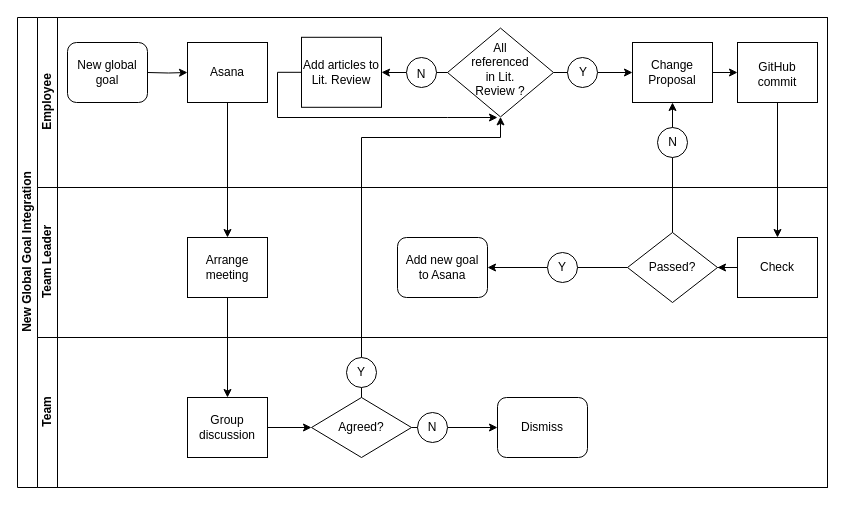
RQC-Robotics/Docs keeps this draw.io diagram as Global Goal Proposition.drawio.xml. Above is the earlier version. Source tidied: cells renumbered, new cells numbered last; positions are measured from the earlier drawing's top-left corner, leaving out a move shared by most shapes. Both pictures are drawn from the tidied source at 100%, with x=0, y=0 at pixel (17, 17).
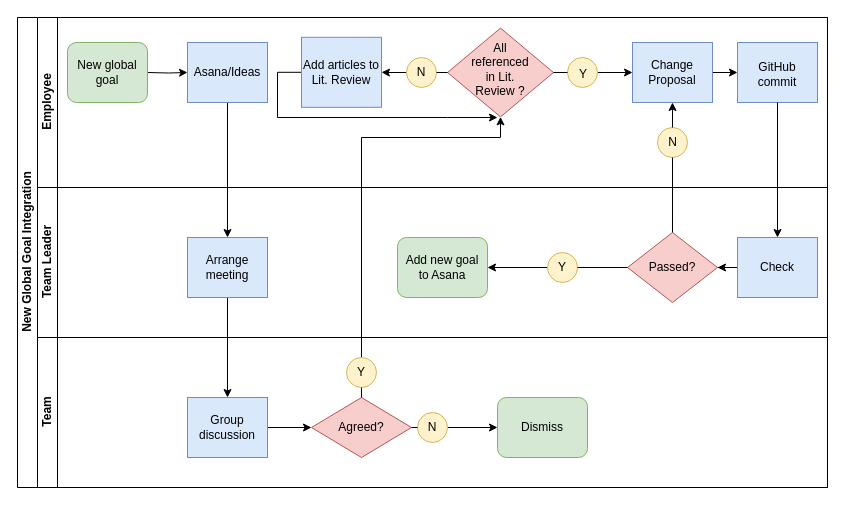
After the change.

Unchanged cells that the change refers to:
```xml
<mxCell id="6" value="Employee" style="swimlane;html=1;startSize=20;horizontal=0;direction=east;" parent="2" vertex="1">
  <mxGeometry x="20" width="790" height="170" as="geometry" />
</mxCell>
<mxCell id="33" value="Team Leader" style="swimlane;html=1;startSize=20;horizontal=0;" parent="2" vertex="1">
  <mxGeometry x="20" y="170" width="790" height="150" as="geometry" />
</mxCell>
<mxCell id="48" value="Team" style="swimlane;html=1;startSize=20;horizontal=0;" parent="2" vertex="1">
  <mxGeometry x="20" y="320" width="790" height="150" as="geometry" />
</mxCell>
```

Change to the diagram source:
```diff
@@
-    <mxCell id="8" style="rounded=0;whiteSpace=wrap;html=1;fontFamily=Helvetica;fontSize=12;fontColor=#000000;align=center;" parent="6" vertex="1">
+    <mxCell id="8" style="rounded=0;whiteSpace=wrap;html=1;fontFamily=Helvetica;fontSize=12;align=center;fillColor=#dae8fc;strokeColor=#6c8ebf;" parent="6" vertex="1">
       <mxGeometry x="150" y="25" width="80" height="60" as="geometry" />
     </mxCell>
-    <mxCell id="9" style="rhombus;whiteSpace=wrap;html=1;fontFamily=Helvetica;fontSize=12;fontColor=#000000;align=center;" parent="6" vertex="1">
+    <mxCell id="9" style="rhombus;whiteSpace=wrap;html=1;fontFamily=Helvetica;fontSize=12;align=center;fillColor=#f8cecc;strokeColor=#b85450;" parent="6" vertex="1">
       <mxGeometry x="410" y="10.6" width="106" height="88.8" as="geometry" />
     </mxCell>
@@
-    <mxCell id="11" style="rounded=0;whiteSpace=wrap;html=1;fontFamily=Helvetica;fontSize=12;fontColor=#000000;align=center;" parent="6" vertex="1">
+    <mxCell id="11" style="rounded=0;whiteSpace=wrap;html=1;fontFamily=Helvetica;fontSize=12;align=center;fillColor=#dae8fc;strokeColor=#6c8ebf;" parent="6" vertex="1">
       <mxGeometry x="264" y="19.8" width="80" height="70" as="geometry" />
     </mxCell>
@@
-    <mxCell id="13" style="rounded=0;whiteSpace=wrap;html=1;fontFamily=Helvetica;fontSize=12;fontColor=#000000;align=center;" parent="6" vertex="1">
+    <mxCell id="13" style="rounded=0;whiteSpace=wrap;html=1;fontFamily=Helvetica;fontSize=12;align=center;fillColor=#dae8fc;strokeColor=#6c8ebf;" parent="6" vertex="1">
       <mxGeometry x="595" y="25" width="80" height="60" as="geometry" />
     </mxCell>
-    <mxCell id="14" style="rounded=0;whiteSpace=wrap;html=1;fontFamily=Helvetica;fontSize=12;fontColor=#000000;align=center;" parent="6" vertex="1">
+    <mxCell id="14" style="rounded=0;whiteSpace=wrap;html=1;fontFamily=Helvetica;fontSize=12;align=center;fillColor=#dae8fc;strokeColor=#6c8ebf;" parent="6" vertex="1">
       <mxGeometry x="700" y="25" width="80" height="60" as="geometry" />
     </mxCell>
-    <mxCell id="15" style="rounded=1;whiteSpace=wrap;html=1;" parent="6" vertex="1">
+    <mxCell id="15" style="rounded=1;whiteSpace=wrap;html=1;fillColor=#d5e8d4;strokeColor=#82b366;" parent="6" vertex="1">
       <mxGeometry x="30" y="25" width="80" height="60" as="geometry" />
     </mxCell>
@@
-    <mxCell id="17" style="ellipse;whiteSpace=wrap;html=1;" parent="6" vertex="1">
+    <mxCell id="17" style="ellipse;whiteSpace=wrap;html=1;fillColor=#fff2cc;strokeColor=#d6b656;" parent="6" vertex="1">
       <mxGeometry x="530" y="40" width="30" height="30" as="geometry" />
     </mxCell>
@@
-    <mxCell id="19" style="ellipse;whiteSpace=wrap;html=1;" parent="6" vertex="1">
+    <mxCell id="19" style="ellipse;whiteSpace=wrap;html=1;fillColor=#fff2cc;strokeColor=#d6b656;" parent="6" vertex="1">
       <mxGeometry x="369" y="40" width="30" height="30" as="geometry" />
     </mxCell>
@@
-    <mxCell id="21" value="Asana" style="text;html=1;strokeColor=none;fillColor=none;align=center;verticalAlign=middle;whiteSpace=wrap;rounded=0;" parent="6" vertex="1">
+    <mxCell id="21" value="Asana/Ideas" style="text;html=1;strokeColor=none;fillColor=none;align=center;verticalAlign=middle;whiteSpace=wrap;rounded=0;" parent="6" vertex="1">
       <mxGeometry x="150" y="40" width="80" height="30" as="geometry" />
     </mxCell>
@@
     <mxCell id="27" value="N" style="text;html=1;strokeColor=none;fillColor=none;align=center;verticalAlign=middle;whiteSpace=wrap;rounded=0;" parent="6" vertex="1">
-      <mxGeometry x="354" y="42" width="60" height="30" as="geometry" />
+      <mxGeometry x="354" y="40" width="60" height="30" as="geometry" />
     </mxCell>
     <mxCell id="28" value="Y" style="text;html=1;strokeColor=none;fillColor=none;align=center;verticalAlign=middle;whiteSpace=wrap;rounded=0;" parent="6" vertex="1">
-      <mxGeometry x="516" y="40" width="60" height="30" as="geometry" />
+      <mxGeometry x="516" y="42" width="60" height="30" as="geometry" />
     </mxCell>
-    <mxCell id="29" value="GitHub commit" style="text;html=1;strokeColor=none;fillColor=none;align=center;verticalAlign=middle;whiteSpace=wrap;rounded=0;" parent="6" vertex="1">
+    <mxCell id="29" value="GitHub commit" style="text;html=1;align=center;verticalAlign=middle;whiteSpace=wrap;rounded=0;" parent="6" vertex="1">
       <mxGeometry x="710" y="42" width="60" height="30" as="geometry" />
     </mxCell>
-    <mxCell id="30" style="ellipse;whiteSpace=wrap;html=1;" parent="6" vertex="1">
+    <mxCell id="30" style="ellipse;whiteSpace=wrap;html=1;fillColor=#fff2cc;strokeColor=#d6b656;" parent="6" vertex="1">
       <mxGeometry x="620" y="110" width="30" height="30" as="geometry" />
     </mxCell>
@@
-    <mxCell id="34" style="rounded=0;whiteSpace=wrap;html=1;fontFamily=Helvetica;fontSize=12;fontColor=#000000;align=center;" parent="33" vertex="1">
+    <mxCell id="34" style="rounded=0;whiteSpace=wrap;html=1;fontFamily=Helvetica;fontSize=12;align=center;fillColor=#dae8fc;strokeColor=#6c8ebf;" parent="33" vertex="1">
       <mxGeometry x="150" y="50" width="80" height="60" as="geometry" />
     </mxCell>
@@
-    <mxCell id="36" style="rounded=0;whiteSpace=wrap;html=1;fontFamily=Helvetica;fontSize=12;fontColor=#000000;align=center;" parent="33" vertex="1">
+    <mxCell id="36" style="rounded=0;whiteSpace=wrap;html=1;fontFamily=Helvetica;fontSize=12;align=center;fillColor=#dae8fc;strokeColor=#6c8ebf;" parent="33" vertex="1">
       <mxGeometry x="700" y="50" width="80" height="60" as="geometry" />
     </mxCell>
-    <mxCell id="37" style="rhombus;whiteSpace=wrap;html=1;fontFamily=Helvetica;fontSize=12;fontColor=#000000;align=center;" parent="33" vertex="1">
+    <mxCell id="37" style="rhombus;whiteSpace=wrap;html=1;fontFamily=Helvetica;fontSize=12;align=center;fillColor=#f8cecc;strokeColor=#b85450;" parent="33" vertex="1">
       <mxGeometry x="590" y="45" width="90" height="70" as="geometry" />
     </mxCell>
@@
-    <mxCell id="39" style="ellipse;whiteSpace=wrap;html=1;" parent="33" vertex="1">
+    <mxCell id="39" style="ellipse;whiteSpace=wrap;html=1;fillColor=#fff2cc;strokeColor=#d6b656;" parent="33" vertex="1">
       <mxGeometry x="510" y="65" width="30" height="30" as="geometry" />
     </mxCell>
-    <mxCell id="40" style="rounded=1;whiteSpace=wrap;html=1;" parent="33" vertex="1">
+    <mxCell id="40" style="rounded=1;whiteSpace=wrap;html=1;fillColor=#d5e8d4;strokeColor=#82b366;" parent="33" vertex="1">
       <mxGeometry x="360" y="50" width="90" height="60" as="geometry" />
     </mxCell>
@@
-    <mxCell id="50" style="rounded=0;whiteSpace=wrap;html=1;fontFamily=Helvetica;fontSize=12;fontColor=#000000;align=center;" parent="48" vertex="1">
+    <mxCell id="50" style="rounded=0;whiteSpace=wrap;html=1;fontFamily=Helvetica;fontSize=12;align=center;fillColor=#dae8fc;strokeColor=#6c8ebf;" parent="48" vertex="1">
       <mxGeometry x="150" y="60" width="80" height="60" as="geometry" />
     </mxCell>
-    <mxCell id="51" style="rhombus;whiteSpace=wrap;html=1;fontFamily=Helvetica;fontSize=12;fontColor=#000000;align=center;" parent="48" vertex="1">
+    <mxCell id="51" style="rhombus;whiteSpace=wrap;html=1;fontFamily=Helvetica;fontSize=12;align=center;fillColor=#f8cecc;strokeColor=#b85450;" parent="48" vertex="1">
       <mxGeometry x="274" y="60" width="100" height="60" as="geometry" />
     </mxCell>
-    <mxCell id="52" style="rounded=1;whiteSpace=wrap;html=1;" parent="48" vertex="1">
+    <mxCell id="52" style="rounded=1;whiteSpace=wrap;html=1;fillColor=#d5e8d4;strokeColor=#82b366;" parent="48" vertex="1">
       <mxGeometry x="460" y="60" width="90" height="60" as="geometry" />
     </mxCell>
@@
-    <mxCell id="54" style="ellipse;whiteSpace=wrap;html=1;" parent="48" vertex="1">
+    <mxCell id="54" style="ellipse;whiteSpace=wrap;html=1;fillColor=#fff2cc;strokeColor=#d6b656;" parent="48" vertex="1">
       <mxGeometry x="380" y="75" width="30" height="30" as="geometry" />
     </mxCell>
-    <mxCell id="55" style="ellipse;whiteSpace=wrap;html=1;" parent="48" vertex="1">
+    <mxCell id="55" style="ellipse;whiteSpace=wrap;html=1;fillColor=#fff2cc;strokeColor=#d6b656;" parent="48" vertex="1">
       <mxGeometry x="309" y="20" width="30" height="30" as="geometry" />
     </mxCell>
```
